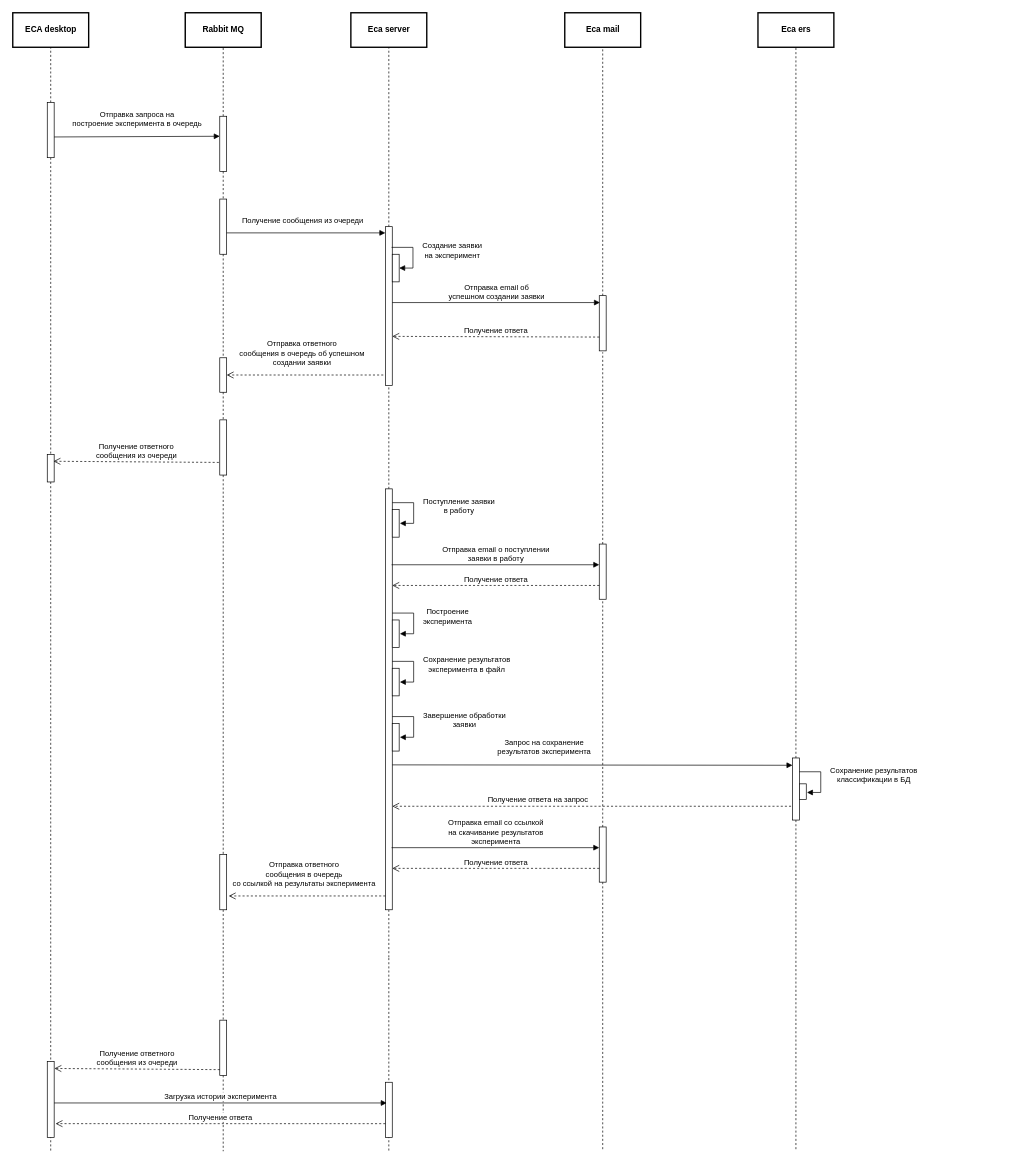
Above: doc/schemas/Experiment request sequence.drawio in Stonnos/eca-service (draw.io), before the change. Source tidied: cells renumbered, new cells numbered last; positions are measured from the earlier drawing's top-left corner, leaving out a move shared by most shapes. Both pictures are drawn from the tidied source at 69%, with x=0, y=0 at pixel (12, 12).
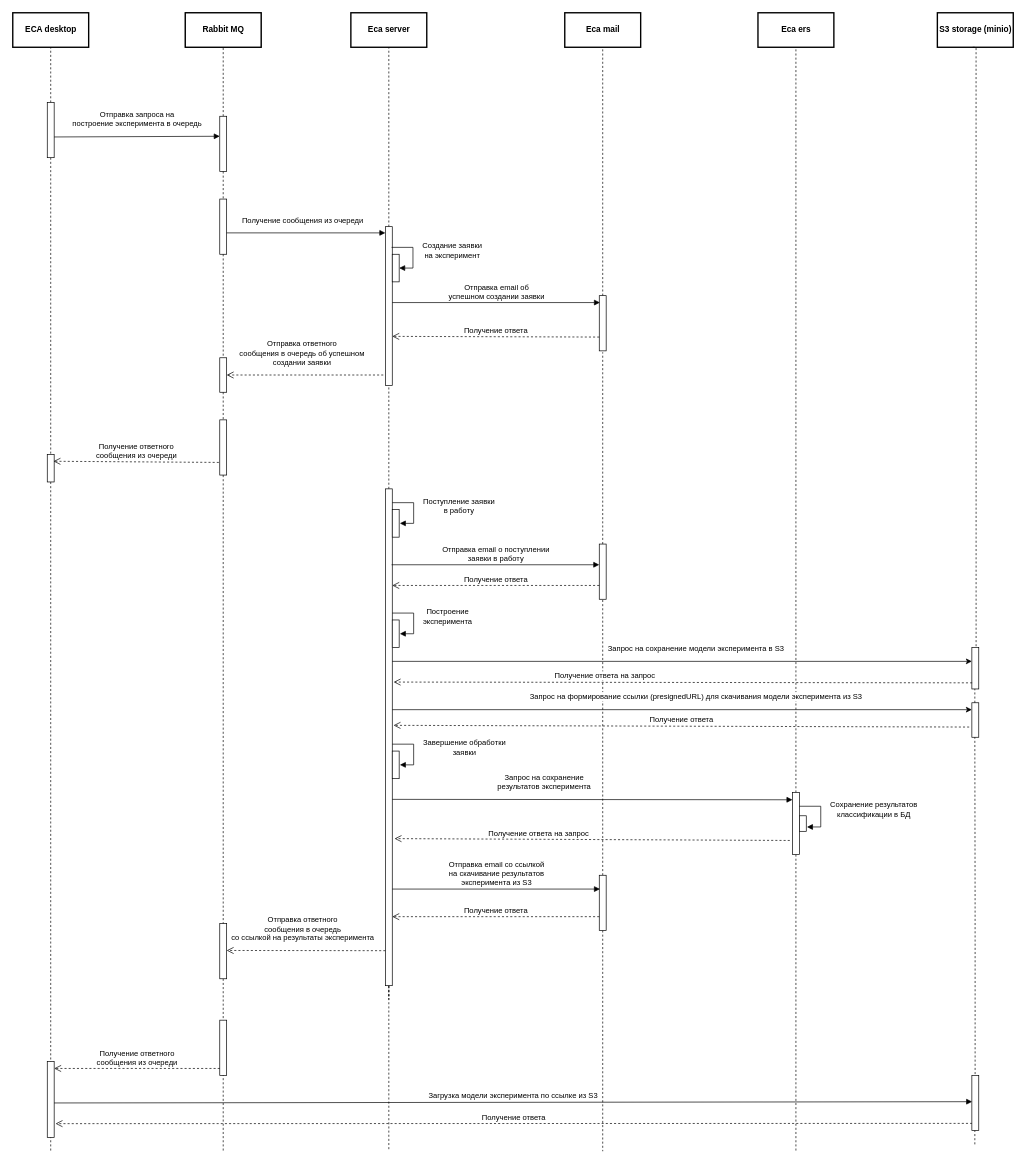
The same diagram, later.

Unchanged cells that the change refers to:
```xml
<mxCell id="26" style="html=1;points=[];perimeter=orthogonalPerimeter;" parent="1" vertex="1">
  <mxGeometry x="300" y="590" width="10" height="80" as="geometry" />
</mxCell>
<mxCell id="65" style="html=1;points=[];perimeter=orthogonalPerimeter;" parent="1" vertex="1">
  <mxGeometry x="50" y="1520" width="10" height="110" as="geometry" />
</mxCell>
```

The edit, as a diff of the source:
```diff
@@
-    <mxCell id="20" style="edgeStyle=orthogonalEdgeStyle;rounded=0;jettySize=auto;html=1;dashed=1;endArrow=none;endFill=0;strokeColor=#000000;" parent="1" edge="1" source="26">
+    <mxCell id="20" style="edgeStyle=orthogonalEdgeStyle;rounded=0;jettySize=auto;html=1;dashed=1;endArrow=none;endFill=0;strokeColor=#000000;startArrow=none;" parent="1" edge="1" source="62">
       <mxGeometry relative="1" as="geometry">
         <mxPoint x="305" y="1650" as="targetPoint" />
       </mxGeometry>
     </mxCell>
@@
     <mxCell id="36" style="html=1;points=[];perimeter=orthogonalPerimeter;" parent="1" vertex="1">
-      <mxGeometry x="540" y="690" width="10" height="610" as="geometry" />
+      <mxGeometry x="540" y="690" width="10" height="720" as="geometry" />
     </mxCell>
@@
-    <mxCell id="45" style="html=1;perimeter=orthogonalPerimeter;" parent="1" vertex="1">
-      <mxGeometry x="550" y="950" width="10" height="40" as="geometry" />
-    </mxCell>
-    <mxCell id="46" value="&lt;div style=&quot;text-align: center&quot;&gt;Сохранение результатов&lt;/div&gt;&lt;div style=&quot;text-align: center&quot;&gt;эксперимента в файл&lt;/div&gt;" style="edgeStyle=orthogonalEdgeStyle;html=1;align=left;spacingLeft=2;endArrow=block;rounded=0;strokeColor=#000000;" parent="1" edge="1">
-      <mxGeometry x="-0.1" y="10" relative="1" as="geometry">
-        <mxPoint x="550" y="940" as="sourcePoint" />
-        <mxPoint x="561" y="970" as="targetPoint" />
-        <Array as="points">
-          <mxPoint x="550" y="940" />
-          <mxPoint x="581" y="940" />
-          <mxPoint x="581" y="970" />
-        </Array>
-      </mxGeometry>
-    </mxCell>
@@
     <mxCell id="49" style="html=1;points=[];perimeter=orthogonalPerimeter;" parent="1" vertex="1">
-      <mxGeometry x="1130" y="1080" width="10" height="90" as="geometry" />
+      <mxGeometry x="1130" y="1130" width="10" height="90" as="geometry" />
     </mxCell>
     <mxCell id="50" value="Запрос на сохранение&lt;br&gt;результатов эксперимента" style="html=1;verticalAlign=bottom;endArrow=block;" parent="1" edge="1">
       <mxGeometry x="-0.24" y="10" relative="1" as="geometry">
-        <mxPoint x="550" y="1090" as="sourcePoint" />
-        <mxPoint x="1130" y="1090.6" as="targetPoint" />
+        <mxPoint x="550" y="1140" as="sourcePoint" />
+        <mxPoint x="1130" y="1140.6" as="targetPoint" />
       </mxGeometry>
     </mxCell>
-    <mxCell id="51" value="Получение ответа на запрос" style="html=1;verticalAlign=bottom;endArrow=open;dashed=1;endSize=8;" parent="1" edge="1" target="36">
-      <mxGeometry x="0.27" relative="1" as="geometry">
-        <mxPoint x="1128" y="1150" as="sourcePoint" />
-      </mxGeometry>
+    <mxCell id="51" value="Получение ответа на запрос" style="html=1;verticalAlign=bottom;endArrow=open;dashed=1;endSize=8;entryX=1.329;entryY=0.704;entryDx=0;entryDy=0;entryPerimeter=0;exitX=-0.386;exitY=0.773;exitDx=0;exitDy=0;exitPerimeter=0;" parent="1" edge="1" source="49" target="36">
+      <mxGeometry x="0.27" relative="1" as="geometry" />
     </mxCell>
     <mxCell id="52" style="html=1;perimeter=orthogonalPerimeter;" parent="1" vertex="1">
-      <mxGeometry x="550" y="1030" width="10" height="40" as="geometry" />
+      <mxGeometry x="550" y="1070" width="10" height="40" as="geometry" />
     </mxCell>
     <mxCell id="53" value="&lt;div style=&quot;text-align: center&quot;&gt;Завершение обработки&lt;/div&gt;&lt;div style=&quot;text-align: center&quot;&gt;заявки&lt;/div&gt;" style="edgeStyle=orthogonalEdgeStyle;html=1;align=left;spacingLeft=2;endArrow=block;rounded=0;strokeColor=#000000;" parent="1" edge="1">
       <mxGeometry x="-0.1" y="10" relative="1" as="geometry">
-        <mxPoint x="550" y="1020" as="sourcePoint" />
-        <mxPoint x="561" y="1050" as="targetPoint" />
+        <mxPoint x="550" y="1060" as="sourcePoint" />
+        <mxPoint x="561" y="1090" as="targetPoint" />
         <Array as="points">
-          <mxPoint x="550" y="1020" />
-          <mxPoint x="581" y="1020" />
-          <mxPoint x="581" y="1050" />
+          <mxPoint x="550" y="1060" />
+          <mxPoint x="581" y="1060" />
+          <mxPoint x="581" y="1090" />
         </Array>
       </mxGeometry>
     </mxCell>
@@
     <mxCell id="56" style="html=1;points=[];perimeter=orthogonalPerimeter;" parent="1" vertex="1">
-      <mxGeometry x="850" y="1180" width="10" height="80" as="geometry" />
+      <mxGeometry x="850" y="1250" width="10" height="80" as="geometry" />
     </mxCell>
-    <mxCell id="57" value="Отправка email со ссылкой&lt;br&gt;на скачивание результатов&lt;br&gt;эксперимента" style="html=1;verticalAlign=bottom;endArrow=block;entryX=0.1;entryY=0.125;entryDx=0;entryDy=0;entryPerimeter=0;" parent="1" edge="1">
+    <mxCell id="57" value="Отправка email со ссылкой&lt;br&gt;на скачивание результатов&lt;br&gt;эксперимента из S3" style="html=1;verticalAlign=bottom;endArrow=block;entryX=0.1;entryY=0.125;entryDx=0;entryDy=0;entryPerimeter=0;" parent="1" edge="1">
       <mxGeometry relative="1" as="geometry">
-        <mxPoint x="549" y="1210" as="sourcePoint" />
-        <mxPoint x="850" y="1210" as="targetPoint" />
+        <mxPoint x="550" y="1270" as="sourcePoint" />
+        <mxPoint x="851" y="1270" as="targetPoint" />
       </mxGeometry>
     </mxCell>
     <mxCell id="58" value="Получение ответа" style="html=1;verticalAlign=bottom;endArrow=open;dashed=1;endSize=8;" parent="1" edge="1">
       <mxGeometry relative="1" as="geometry">
-        <mxPoint x="850" y="1240" as="sourcePoint" />
-        <mxPoint x="550" y="1240" as="targetPoint" />
+        <mxPoint x="850" y="1310" as="sourcePoint" />
+        <mxPoint x="550" y="1310" as="targetPoint" />
       </mxGeometry>
     </mxCell>
     <mxCell id="59" style="edgeStyle=orthogonalEdgeStyle;rounded=0;orthogonalLoop=1;jettySize=auto;html=1;dashed=1;endArrow=none;endFill=0;" parent="1" edge="1">
       <mxGeometry relative="1" as="geometry">
-        <mxPoint x="545" y="1370" as="sourcePoint" />
+        <mxPoint x="545" y="1410" as="sourcePoint" />
         <mxPoint x="545" y="1650" as="targetPoint" />
       </mxGeometry>
     </mxCell>
     <mxCell id="60" style="html=1;perimeter=orthogonalPerimeter;" parent="1" vertex="1">
-      <mxGeometry x="1140" y="1117.5" width="10" height="22.5" as="geometry" />
+      <mxGeometry x="1140" y="1163.8" width="10" height="22.5" as="geometry" />
     </mxCell>
     <mxCell id="61" value="&lt;div style=&quot;text-align: center&quot;&gt;Сохранение результатов&lt;/div&gt;&lt;div style=&quot;text-align: center&quot;&gt;классификации в БД&lt;/div&gt;" style="edgeStyle=orthogonalEdgeStyle;html=1;align=left;spacingLeft=2;endArrow=block;rounded=0;strokeColor=#000000;" parent="1" edge="1">
       <mxGeometry x="-0.1" y="10" relative="1" as="geometry">
-        <mxPoint x="1140" y="1100" as="sourcePoint" />
-        <mxPoint x="1151" y="1130" as="targetPoint" />
+        <mxPoint x="1140" y="1150" as="sourcePoint" />
+        <mxPoint x="1151" y="1180" as="targetPoint" />
         <Array as="points">
-          <mxPoint x="1140" y="1100" />
-          <mxPoint x="1171" y="1100" />
-          <mxPoint x="1171" y="1130" />
+          <mxPoint x="1140" y="1150" />
+          <mxPoint x="1171" y="1150" />
+          <mxPoint x="1171" y="1180" />
         </Array>
       </mxGeometry>
     </mxCell>
-    <mxCell id="62" style="html=1;points=[];perimeter=orthogonalPerimeter;" parent="1" vertex="1">
-      <mxGeometry x="300" y="1220" width="10" height="80" as="geometry" />
-    </mxCell>
     <mxCell id="63" value="&lt;font style=&quot;font-size: 11px&quot;&gt;Отправка ответного&lt;br&gt;сообщения в очередь&lt;br&gt;со ссылкой на результаты эксперимента&lt;br&gt;&lt;/font&gt;" style="html=1;verticalAlign=bottom;endArrow=open;dashed=1;endSize=8;strokeColor=#000000;" parent="1" edge="1">
       <mxGeometry x="0.04" y="-9" relative="1" as="geometry">
-        <mxPoint x="540" y="1280" as="sourcePoint" />
-        <mxPoint x="313" y="1280" as="targetPoint" />
+        <mxPoint x="540" y="1359.3" as="sourcePoint" />
+        <mxPoint x="310" y="1359" as="targetPoint" />
       </mxGeometry>
     </mxCell>
@@
-    <mxCell id="66" value="&lt;font style=&quot;font-size: 11px&quot;&gt;Получение ответного&lt;br&gt;сообщения из очереди&lt;/font&gt;" style="html=1;verticalAlign=bottom;endArrow=open;dashed=1;endSize=8;strokeColor=#000000;entryX=0.9;entryY=0.25;entryDx=0;entryDy=0;entryPerimeter=0;exitX=-0.133;exitY=0.771;exitDx=0;exitDy=0;exitPerimeter=0;" parent="1" edge="1">
+    <mxCell id="66" value="&lt;font style=&quot;font-size: 11px&quot;&gt;Получение ответного&lt;br&gt;сообщения из очереди&lt;/font&gt;" style="html=1;verticalAlign=bottom;endArrow=open;dashed=1;endSize=8;strokeColor=#000000;" parent="1" edge="1">
       <mxGeometry relative="1" as="geometry">
-        <mxPoint x="300" y="1531.7" as="sourcePoint" />
-        <mxPoint x="60.3" y="1530" as="targetPoint" />
+        <mxPoint x="300" y="1530" as="sourcePoint" />
+        <mxPoint x="60" y="1530" as="targetPoint" />
       </mxGeometry>
     </mxCell>
-    <mxCell id="67" style="html=1;points=[];perimeter=orthogonalPerimeter;" parent="1" vertex="1">
-      <mxGeometry x="540" y="1550" width="10" height="80" as="geometry" />
-    </mxCell>
-    <mxCell id="68" value="Загрузка истории эксперимента" style="html=1;verticalAlign=bottom;endArrow=block;entryX=0.2;entryY=0.375;entryDx=0;entryDy=0;entryPerimeter=0;" parent="1" edge="1" target="67">
+    <mxCell id="68" value="Загрузка модели эксперимента по ссылке из S3" style="html=1;verticalAlign=bottom;endArrow=block;entryX=0.043;entryY=0.477;entryDx=0;entryDy=0;entryPerimeter=0;" parent="1" edge="1" target="76">
       <mxGeometry relative="1" as="geometry">
         <mxPoint x="60" y="1580" as="sourcePoint" />
       </mxGeometry>
     </mxCell>
-    <mxCell id="69" value="Получение ответа" style="html=1;verticalAlign=bottom;endArrow=open;dashed=1;endSize=8;entryX=1.2;entryY=0.818;entryDx=0;entryDy=0;entryPerimeter=0;" parent="1" edge="1" target="65">
-      <mxGeometry relative="1" as="geometry">
-        <mxPoint x="540" y="1610" as="sourcePoint" />
-      </mxGeometry>
+    <mxCell id="69" value="Получение ответа" style="html=1;verticalAlign=bottom;endArrow=open;dashed=1;endSize=8;entryX=1.2;entryY=0.818;entryDx=0;entryDy=0;entryPerimeter=0;exitX=0.043;exitY=0.87;exitDx=0;exitDy=0;exitPerimeter=0;" parent="1" edge="1" source="76" target="65">
+      <mxGeometry relative="1" as="geometry" />
     </mxCell>
+    <mxCell id="70" value="&lt;b&gt;S3 storage (minio)&lt;/b&gt;" style="html=1;strokeWidth=2;" parent="1" vertex="1">
+      <mxGeometry x="1340" width="110" height="50" as="geometry" />
+    </mxCell>
+    <mxCell id="71" style="html=1;points=[];perimeter=orthogonalPerimeter;" parent="1" vertex="1">
+      <mxGeometry x="1390" y="920" width="10" height="60" as="geometry" />
+    </mxCell>
+    <mxCell id="72" style="endArrow=classic;html=1;rounded=0;" parent="1" edge="1">
+      <mxGeometry relative="1" as="geometry">
+        <mxPoint x="550" y="940" as="sourcePoint" />
+        <mxPoint x="1390" y="940" as="targetPoint" />
+      </mxGeometry>
+    </mxCell>
+    <mxCell id="73" value="Запрос на сохранение модели эксперимента в S3" style="edgeLabel;html=1;align=center;verticalAlign=middle;" parent="72" vertex="1">
+      <mxGeometry x="0.11" y="-1" relative="1" as="geometry">
+        <mxPoint x="-27" y="-21" as="offset" />
+      </mxGeometry>
+    </mxCell>
+    <mxCell id="74" value="Получение ответа на запрос" style="html=1;verticalAlign=bottom;endArrow=open;dashed=1;endSize=8;exitX=0.043;exitY=0.852;exitDx=0;exitDy=0;exitPerimeter=0;" parent="1" edge="1" source="71">
+      <mxGeometry x="0.27" relative="1" as="geometry">
+        <mxPoint x="552" y="970" as="targetPoint" />
+      </mxGeometry>
+    </mxCell>
+    <mxCell id="75" style="edgeStyle=orthogonalEdgeStyle;rounded=0;jettySize=auto;html=1;dashed=1;endArrow=none;endFill=0;exitX=0.614;exitY=-0.031;exitDx=0;exitDy=0;exitPerimeter=0;" parent="1" edge="1" source="71">
+      <mxGeometry relative="1" as="geometry">
+        <mxPoint x="1390" y="50" as="targetPoint" />
+        <Array as="points">
+          <mxPoint x="1396" y="50" />
+        </Array>
+      </mxGeometry>
+    </mxCell>
+    <mxCell id="76" style="html=1;points=[];perimeter=orthogonalPerimeter;" parent="1" vertex="1">
+      <mxGeometry x="1390" y="1540" width="10" height="80" as="geometry" />
+    </mxCell>
+    <mxCell id="62" style="html=1;points=[];perimeter=orthogonalPerimeter;" parent="1" vertex="1">
+      <mxGeometry x="300" y="1320" width="10" height="80" as="geometry" />
+    </mxCell>
+    <mxCell id="77" style="edgeStyle=orthogonalEdgeStyle;rounded=0;jettySize=auto;html=1;dashed=1;endArrow=none;endFill=0;strokeColor=#000000;" parent="1" edge="1" source="26" target="62">
+      <mxGeometry relative="1" as="geometry" />
+    </mxCell>
+    <mxCell id="78" style="html=1;points=[];perimeter=orthogonalPerimeter;" parent="1" vertex="1">
+      <mxGeometry x="1390" y="1000" width="10" height="50" as="geometry" />
+    </mxCell>
+    <mxCell id="79" style="endArrow=classic;html=1;rounded=0;" parent="1" edge="1">
+      <mxGeometry relative="1" as="geometry">
+        <mxPoint x="550" y="1010" as="sourcePoint" />
+        <mxPoint x="1390" y="1010" as="targetPoint" />
+      </mxGeometry>
+    </mxCell>
+    <mxCell id="80" value="Запрос на формирование ссылки (presignedURL) для скачивания модели эксперимента из S3" style="edgeLabel;html=1;align=center;verticalAlign=middle;" parent="79" vertex="1">
+      <mxGeometry x="0.11" y="-1" relative="1" as="geometry">
+        <mxPoint x="-27" y="-21" as="offset" />
+      </mxGeometry>
+    </mxCell>
+    <mxCell id="81" value="Получение ответа" style="html=1;verticalAlign=bottom;endArrow=open;dashed=1;endSize=8;exitX=-0.386;exitY=0.704;exitDx=0;exitDy=0;exitPerimeter=0;entryX=1.186;entryY=0.476;entryDx=0;entryDy=0;entryPerimeter=0;" parent="1" edge="1" source="78" target="36">
+      <mxGeometry relative="1" as="geometry" />
+    </mxCell>
+    <mxCell id="82" style="edgeStyle=orthogonalEdgeStyle;rounded=0;orthogonalLoop=1;jettySize=auto;html=1;entryX=0.5;entryY=1;entryDx=0;entryDy=0;dashed=1;endArrow=none;endFill=0;" parent="1" edge="1">
+      <mxGeometry relative="1" as="geometry">
+        <mxPoint x="1394.3" y="1000" as="sourcePoint" />
+        <mxPoint x="1394.3" y="980" as="targetPoint" />
+      </mxGeometry>
+    </mxCell>
+    <mxCell id="83" style="edgeStyle=orthogonalEdgeStyle;rounded=0;jettySize=auto;html=1;entryX=0.5;entryY=1;entryDx=0;entryDy=0;dashed=1;endArrow=none;endFill=0;exitX=0.471;exitY=-0.023;exitDx=0;exitDy=0;exitPerimeter=0;" parent="1" edge="1" source="76">
+      <mxGeometry relative="1" as="geometry">
+        <mxPoint x="1394.3" y="1050" as="targetPoint" />
+      </mxGeometry>
+    </mxCell>
+    <mxCell id="84" style="edgeStyle=orthogonalEdgeStyle;rounded=0;orthogonalLoop=1;jettySize=auto;html=1;entryX=0.5;entryY=1;entryDx=0;entryDy=0;dashed=1;endArrow=none;endFill=0;" parent="1" edge="1">
+      <mxGeometry relative="1" as="geometry">
+        <mxPoint x="1394.3" y="1640" as="sourcePoint" />
+        <mxPoint x="1394.3" y="1620" as="targetPoint" />
+      </mxGeometry>
+    </mxCell>
```
